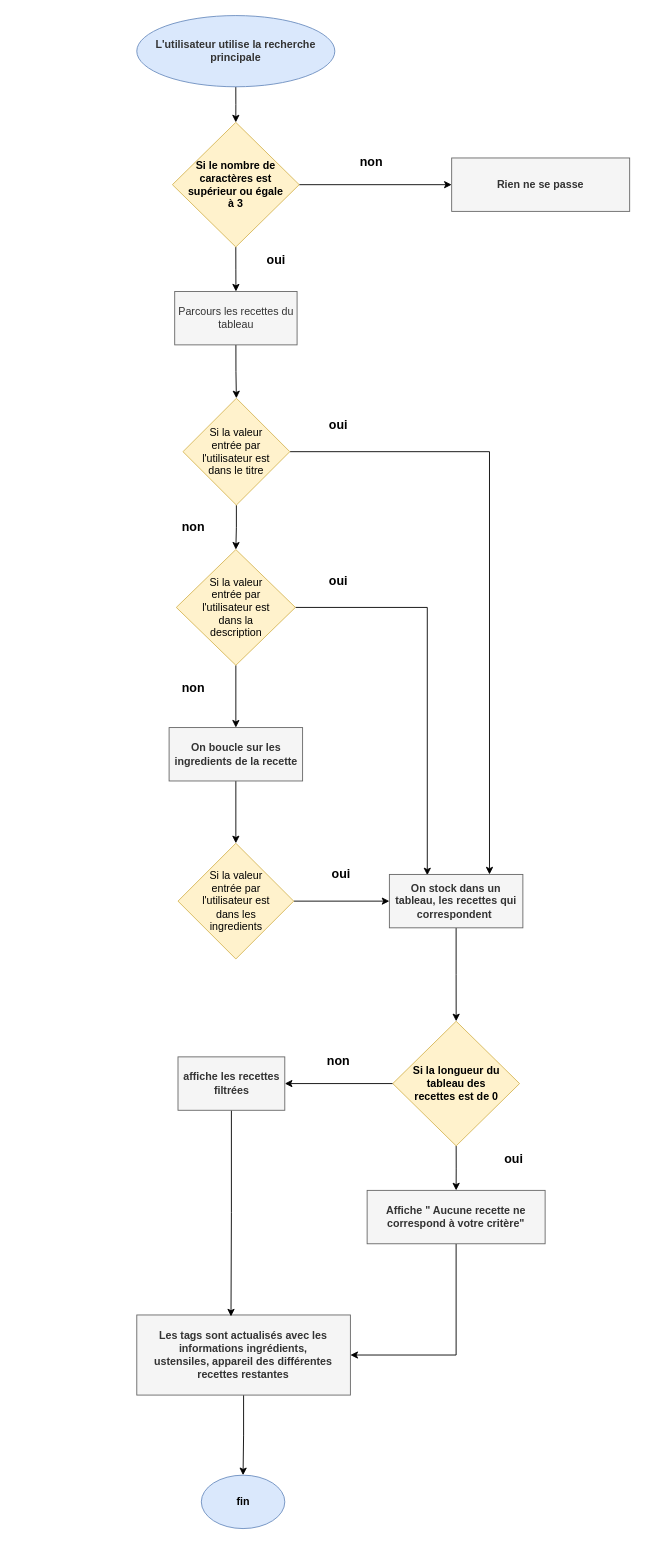
This is uml.drawio from KevinGaborel/Les-petits-plats, a draw.io file, before an edit. Source tidied: cells renumbered, new cells numbered last; positions are measured from the earlier drawing's top-left corner, leaving out a move shared by most shapes. Both pictures are drawn from the tidied source at 89%, with x=0, y=0 at pixel (136, 15).
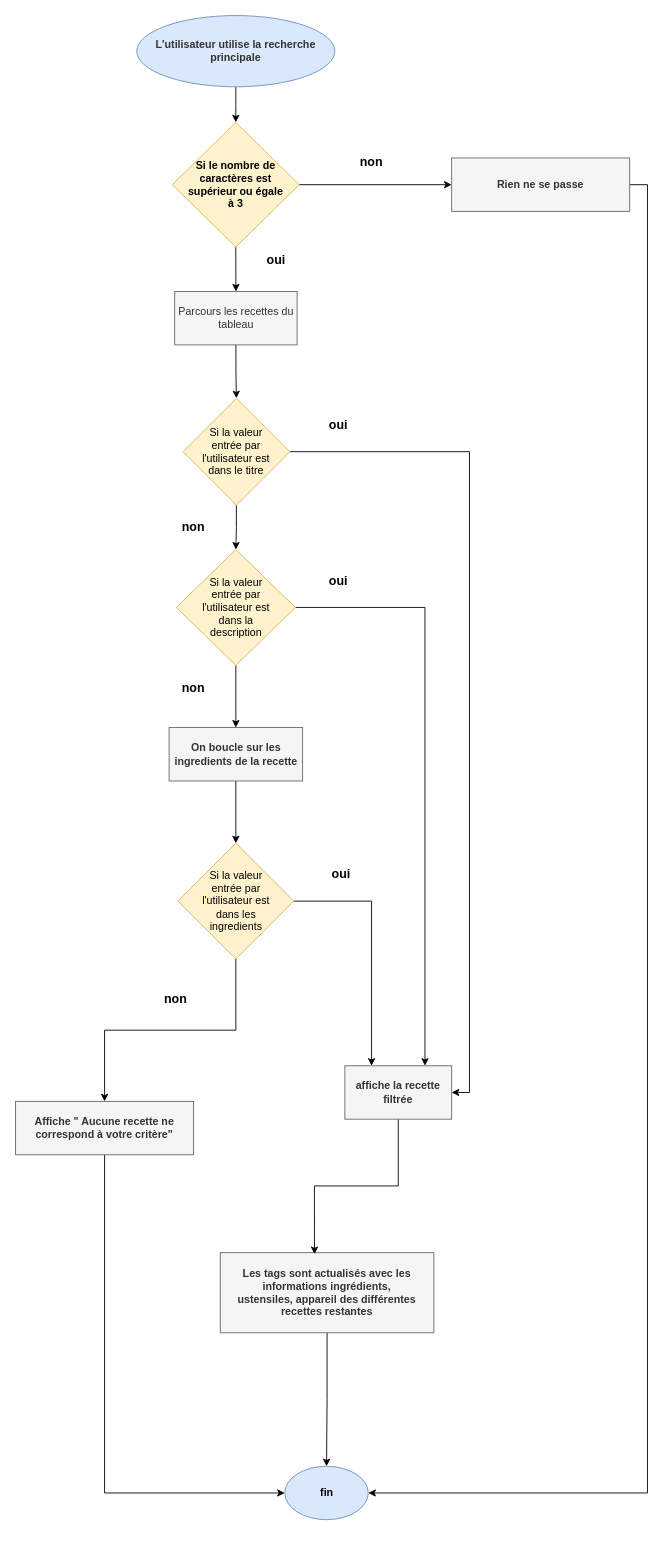
The same diagram, later.

Unchanged cells that the change refers to:
```xml
<mxCell id="9" value="&lt;b style=&quot;color: rgb(51, 51, 51);&quot;&gt;Rien ne se passe&lt;/b&gt;" style="rounded=0;whiteSpace=wrap;html=1;fillColor=#f5f5f5;fontColor=#333333;strokeColor=#666666;" parent="1" vertex="1">
  <mxGeometry x="354" y="160" width="200" height="60" as="geometry" />
</mxCell>
<mxCell id="20" value="Si la valeur entrée par l'utilisateur est dans le titre" style="rhombus;whiteSpace=wrap;html=1;spacing=13;fillColor=#fff2cc;strokeColor=#d6b656;" parent="1" vertex="1">
  <mxGeometry x="52.1" y="430" width="120" height="120" as="geometry" />
</mxCell>
<mxCell id="25" value="Si la valeur entrée par l'utilisateur est dans la description" style="rhombus;whiteSpace=wrap;html=1;spacing=21;fillColor=#fff2cc;strokeColor=#d6b656;" parent="1" vertex="1">
  <mxGeometry x="44.6" y="600" width="133.8" height="130" as="geometry" />
</mxCell>
<mxCell id="27" value="Si la valeur entrée par l'utilisateur est dans les ingredients" style="rhombus;whiteSpace=wrap;html=1;spacing=18;fillColor=#fff2cc;strokeColor=#d6b656;" parent="1" vertex="1">
  <mxGeometry x="46.5" y="930" width="130" height="130" as="geometry" />
</mxCell>
```

Diff of the diagram source:
```diff
@@
     <mxCell id="8" value="&lt;b style=&quot;color: rgb(51, 51, 51);&quot;&gt;Les tags sont actualisés avec les informations ingrédients,&lt;br&gt;ustensiles, appareil des différentes recettes restantes&lt;/b&gt;" style="rounded=0;whiteSpace=wrap;html=1;fillColor=#f5f5f5;fontColor=#333333;strokeColor=#666666;" parent="1" vertex="1">
-      <mxGeometry x="0.2" y="1460" width="240" height="90" as="geometry" />
+      <mxGeometry x="94" y="1390" width="240" height="90" as="geometry" />
     </mxCell>
+    <mxCell id="41" style="edgeStyle=orthogonalEdgeStyle;rounded=0;jettySize=auto;html=1;exitX=1;exitY=0.5;exitDx=0;exitDy=0;entryX=1;entryY=0.5;entryDx=0;entryDy=0;" parent="1" edge="1" source="9" target="15">
+      <mxGeometry relative="1" as="geometry" />
+    </mxCell>
@@
-    <mxCell id="10" style="edgeStyle=orthogonalEdgeStyle;rounded=0;jettySize=auto;html=1;exitX=0.5;exitY=1;exitDx=0;exitDy=0;entryX=0.5;entryY=0;entryDx=0;entryDy=0;" parent="1" edge="1" source="12" target="14">
+    <mxCell id="10" style="edgeStyle=orthogonalEdgeStyle;rounded=0;jettySize=auto;html=1;entryX=0.5;entryY=0;entryDx=0;entryDy=0;exitX=0.5;exitY=1;exitDx=0;exitDy=0;" parent="1" edge="1" source="27" target="14">
       <mxGeometry relative="1" as="geometry" />
     </mxCell>
-    <mxCell id="11" style="edgeStyle=orthogonalEdgeStyle;rounded=0;jettySize=auto;html=1;exitX=0;exitY=0.5;exitDx=0;exitDy=0;entryX=1;entryY=0.5;entryDx=0;entryDy=0;" parent="1" edge="1" source="12" target="35">
-      <mxGeometry relative="1" as="geometry" />
-    </mxCell>
-    <mxCell id="12" value="&lt;b&gt;Si la longueur du tableau des recettes est de 0&lt;/b&gt;" style="rhombus;whiteSpace=wrap;html=1;spacing=15;fillColor=#fff2cc;strokeColor=#d6b656;" parent="1" vertex="1">
-      <mxGeometry x="287.8" y="1130" width="142.5" height="140" as="geometry" />
-    </mxCell>
-    <mxCell id="13" style="edgeStyle=orthogonalEdgeStyle;rounded=0;jettySize=auto;html=1;exitX=0.5;exitY=1;exitDx=0;exitDy=0;entryX=1;entryY=0.5;entryDx=0;entryDy=0;" parent="1" edge="1" source="14" target="8">
-      <mxGeometry relative="1" as="geometry" />
-    </mxCell>
+    <mxCell id="42" style="edgeStyle=orthogonalEdgeStyle;rounded=0;jettySize=auto;html=1;exitX=0.5;exitY=1;exitDx=0;exitDy=0;entryX=0;entryY=0.5;entryDx=0;entryDy=0;" parent="1" edge="1" source="14" target="15">
+      <mxGeometry relative="1" as="geometry" />
+    </mxCell>
     <mxCell id="14" value="&lt;b style=&quot;color: rgb(51, 51, 51);&quot;&gt;Affiche &quot; Aucune recette ne correspond à votre critère&quot;&lt;/b&gt;" style="rounded=0;whiteSpace=wrap;html=1;fillColor=#f5f5f5;fontColor=#333333;strokeColor=#666666;" parent="1" vertex="1">
-      <mxGeometry x="259" y="1320" width="200" height="60" as="geometry" />
+      <mxGeometry x="-136" y="1220" width="200" height="60" as="geometry" />
     </mxCell>
     <mxCell id="15" value="&lt;b&gt;fin&lt;/b&gt;" style="ellipse;whiteSpace=wrap;html=1;fillColor=#dae8fc;strokeColor=#6c8ebf;" parent="1" vertex="1">
-      <mxGeometry x="72.7" y="1640" width="93.8" height="60" as="geometry" />
+      <mxGeometry x="166.5" y="1630" width="93.8" height="60" as="geometry" />
     </mxCell>
@@
-    <mxCell id="19" style="edgeStyle=orthogonalEdgeStyle;rounded=0;jettySize=auto;html=1;exitX=1;exitY=0.5;exitDx=0;exitDy=0;entryX=0.75;entryY=0;entryDx=0;entryDy=0;" parent="1" edge="1" source="20" target="37">
+    <mxCell id="19" style="edgeStyle=orthogonalEdgeStyle;rounded=0;jettySize=auto;html=1;exitX=1;exitY=0.5;exitDx=0;exitDy=0;entryX=1;entryY=0.5;entryDx=0;entryDy=0;" parent="1" edge="1" source="20" target="35">
       <mxGeometry relative="1" as="geometry" />
     </mxCell>
@@
-    <mxCell id="23" style="edgeStyle=orthogonalEdgeStyle;rounded=0;jettySize=auto;html=1;exitX=1;exitY=0.5;exitDx=0;exitDy=0;entryX=0.284;entryY=0.017;entryDx=0;entryDy=0;entryPerimeter=0;" parent="1" edge="1" source="25" target="37">
+    <mxCell id="23" style="edgeStyle=orthogonalEdgeStyle;rounded=0;jettySize=auto;html=1;exitX=1;exitY=0.5;exitDx=0;exitDy=0;entryX=0.75;entryY=0;entryDx=0;entryDy=0;" parent="1" edge="1" source="25" target="35">
       <mxGeometry relative="1" as="geometry" />
     </mxCell>
@@
-    <mxCell id="26" style="edgeStyle=orthogonalEdgeStyle;rounded=0;jettySize=auto;html=1;exitX=1;exitY=0.5;exitDx=0;exitDy=0;entryX=0;entryY=0.5;entryDx=0;entryDy=0;" parent="1" edge="1" source="27" target="37">
-      <mxGeometry relative="1" as="geometry" />
-    </mxCell>
+    <mxCell id="43" style="edgeStyle=orthogonalEdgeStyle;rounded=0;jettySize=auto;html=1;exitX=1;exitY=0.5;exitDx=0;exitDy=0;entryX=0.25;entryY=0;entryDx=0;entryDy=0;" parent="1" edge="1" source="27" target="35">
+      <mxGeometry relative="1" as="geometry" />
+    </mxCell>
@@
-    <mxCell id="33" value="&lt;b&gt;&lt;font style=&quot;font-size: 14px;&quot;&gt;non&lt;/font&gt;&lt;/b&gt;" style="text;html=1;align=center;verticalAlign=middle;whiteSpace=wrap;rounded=0;fillColor=default;" parent="1" vertex="1">
-      <mxGeometry x="196.5" y="1160" width="60" height="30" as="geometry" />
-    </mxCell>
@@
-    <mxCell id="35" value="&lt;b&gt;affiche les recettes filtrées&lt;/b&gt;" style="rounded=0;whiteSpace=wrap;html=1;fillColor=#f5f5f5;fontColor=#333333;strokeColor=#666666;" parent="1" vertex="1">
-      <mxGeometry x="46.5" y="1170" width="120" height="60" as="geometry" />
+    <mxCell id="35" value="&lt;b&gt;affiche la recette filtrée&lt;/b&gt;" style="rounded=0;whiteSpace=wrap;html=1;fillColor=#f5f5f5;fontColor=#333333;strokeColor=#666666;" parent="1" vertex="1">
+      <mxGeometry x="234" y="1180" width="120" height="60" as="geometry" />
     </mxCell>
-    <mxCell id="36" style="edgeStyle=orthogonalEdgeStyle;rounded=0;jettySize=auto;html=1;exitX=0.5;exitY=1;exitDx=0;exitDy=0;entryX=0.5;entryY=0;entryDx=0;entryDy=0;" parent="1" edge="1" source="37" target="12">
-      <mxGeometry relative="1" as="geometry" />
-    </mxCell>
-    <mxCell id="37" value="&lt;b&gt;On stock dans un tableau, les recettes qui correspondent&amp;nbsp;&lt;/b&gt;" style="rounded=0;whiteSpace=wrap;html=1;fillColor=#f5f5f5;fontColor=#333333;strokeColor=#666666;" parent="1" vertex="1">
-      <mxGeometry x="284" y="965" width="150" height="60" as="geometry" />
-    </mxCell>
@@
-    <mxCell id="40" value="&lt;b&gt;&lt;font style=&quot;font-size: 14px;&quot;&gt;oui&lt;/font&gt;&lt;/b&gt;" style="text;html=1;align=center;verticalAlign=middle;whiteSpace=wrap;rounded=0;fillColor=default;" parent="1" vertex="1">
-      <mxGeometry x="394" y="1270" width="60" height="30" as="geometry" />
-    </mxCell>
+    <mxCell id="33" value="&lt;b&gt;&lt;font style=&quot;font-size: 14px;&quot;&gt;non&lt;/font&gt;&lt;/b&gt;" style="text;html=1;align=center;verticalAlign=middle;whiteSpace=wrap;rounded=0;fillColor=default;" parent="1" vertex="1">
+      <mxGeometry x="14" y="1090" width="60" height="30" as="geometry" />
+    </mxCell>
```
